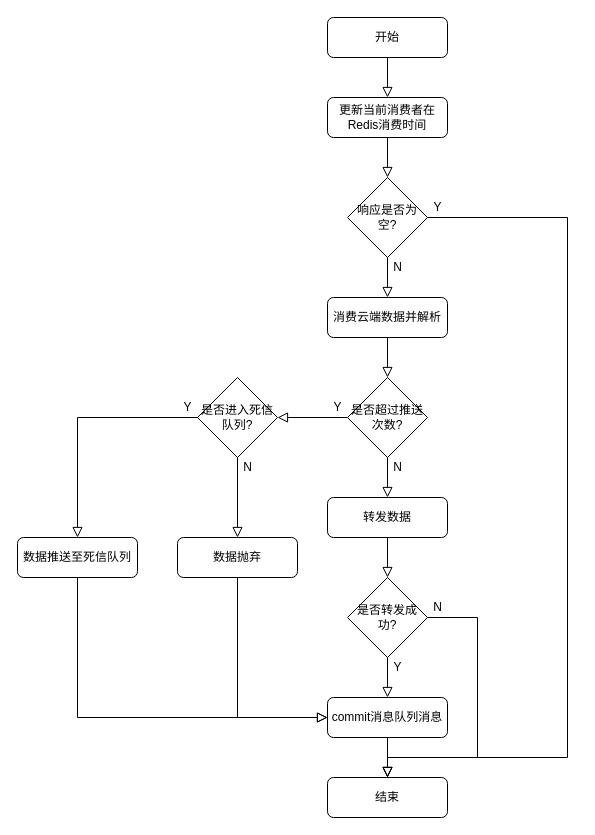
Earlier version of the draw.io diagram page "消费者消费流程" (3 of 5) of 懂牛生产者.drawio (yigoC/test). Source tidied: cells renumbered, new cells numbered last; positions are measured from the earlier drawing's top-left corner, leaving out a move shared by most shapes. Both pictures are drawn from the tidied source at 100%, with x=0, y=0 at pixel (17, 17).
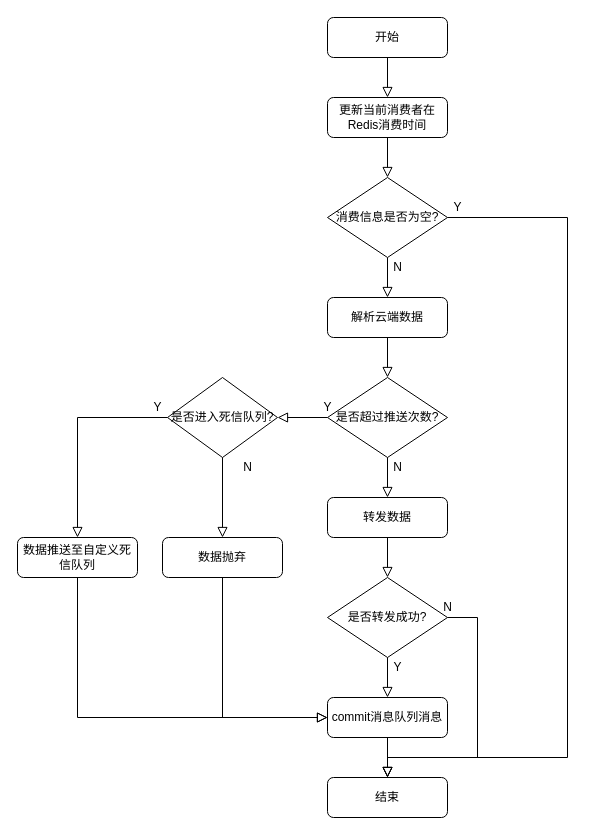
Above is the later version.

The edit, as a diff of the source:
```diff
@@
-    <mxCell id="5" value="消费云端数据并解析" style="rounded=1;whiteSpace=wrap;html=1;fontSize=12;glass=0;strokeWidth=1;shadow=0;" parent="1" vertex="1">
+    <mxCell id="5" value="解析云端数据" style="rounded=1;whiteSpace=wrap;html=1;fontSize=12;glass=0;strokeWidth=1;shadow=0;" parent="1" vertex="1">
       <mxGeometry x="310" y="280" width="120" height="40" as="geometry" />
     </mxCell>
@@
     <mxCell id="9" value="是否转发成功?" style="rhombus;whiteSpace=wrap;html=1;" parent="1" vertex="1">
-      <mxGeometry x="330" y="560" width="80" height="80" as="geometry" />
+      <mxGeometry x="310" y="560" width="120" height="80" as="geometry" />
     </mxCell>
@@
     <mxCell id="13" value="N" style="text;html=1;align=center;verticalAlign=middle;" parent="1" vertex="1">
-      <mxGeometry x="410" y="580" width="20" height="20" as="geometry" />
+      <mxGeometry x="420" y="580" width="20" height="20" as="geometry" />
     </mxCell>
@@
     <mxCell id="15" value="是否超过推送次数?" style="rhombus;whiteSpace=wrap;html=1;" parent="1" vertex="1">
-      <mxGeometry x="330" y="360" width="80" height="80" as="geometry" />
+      <mxGeometry x="310" y="360" width="120" height="80" as="geometry" />
     </mxCell>
@@
     <mxCell id="18" value="是否进入死信队列?" style="rhombus;whiteSpace=wrap;html=1;" parent="1" vertex="1">
-      <mxGeometry x="180" y="360" width="80" height="80" as="geometry" />
+      <mxGeometry x="150" y="360" width="110" height="80" as="geometry" />
     </mxCell>
     <mxCell id="19" value="Y" style="text;html=1;align=center;verticalAlign=middle;" parent="1" vertex="1">
-      <mxGeometry x="310" y="380" width="20" height="20" as="geometry" />
+      <mxGeometry x="300" y="380" width="20" height="20" as="geometry" />
     </mxCell>
@@
     <mxCell id="22" value="Y" style="text;html=1;align=center;verticalAlign=middle;" parent="1" vertex="1">
-      <mxGeometry x="160" y="380" width="20" height="20" as="geometry" />
+      <mxGeometry x="130" y="380" width="20" height="20" as="geometry" />
     </mxCell>
@@
     <mxCell id="24" value="数据抛弃" style="rounded=1;whiteSpace=wrap;html=1;fontSize=12;glass=0;strokeWidth=1;shadow=0;" parent="1" vertex="1">
-      <mxGeometry x="160" y="520" width="120" height="40" as="geometry" />
+      <mxGeometry x="145" y="520" width="120" height="40" as="geometry" />
     </mxCell>
@@
-    <mxCell id="30" value="响应是否为空?" style="rhombus;whiteSpace=wrap;html=1;" parent="1" vertex="1">
-      <mxGeometry x="330" y="160" width="80" height="80" as="geometry" />
+    <mxCell id="30" value="消费信息是否为空?" style="rhombus;whiteSpace=wrap;html=1;" parent="1" vertex="1">
+      <mxGeometry x="310" y="160" width="120" height="80" as="geometry" />
     </mxCell>
@@
     <mxCell id="34" value="Y" style="text;html=1;align=center;verticalAlign=middle;" parent="1" vertex="1">
-      <mxGeometry x="410" y="180" width="20" height="20" as="geometry" />
+      <mxGeometry x="430" y="180" width="20" height="20" as="geometry" />
     </mxCell>
-    <mxCell id="35" value="数据推送至死信队列" style="rounded=1;whiteSpace=wrap;html=1;fontSize=12;glass=0;strokeWidth=1;shadow=0;" parent="1" vertex="1">
+    <mxCell id="35" value="数据推送至自定义死信队列" style="rounded=1;whiteSpace=wrap;html=1;fontSize=12;glass=0;strokeWidth=1;shadow=0;" parent="1" vertex="1">
       <mxGeometry y="520" width="120" height="40" as="geometry" />
     </mxCell>
```
